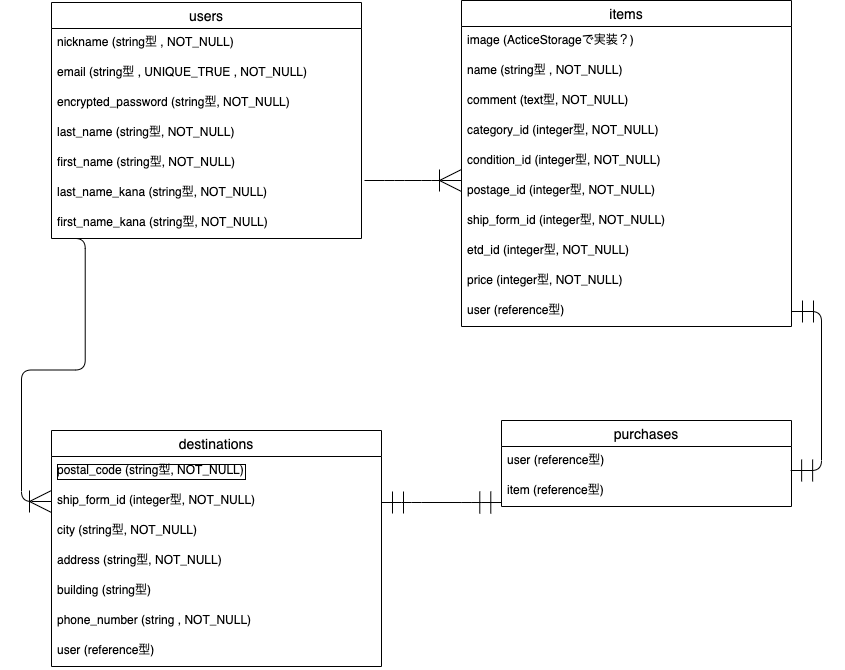
Above: config/furima-34845【ER図】.png in tn-0214/furima-34845 (draw.io), before the change. Source tidied: cells renumbered, new cells last; positions are measured from the earlier drawing's top-left corner, leaving out a move shared by most shapes.
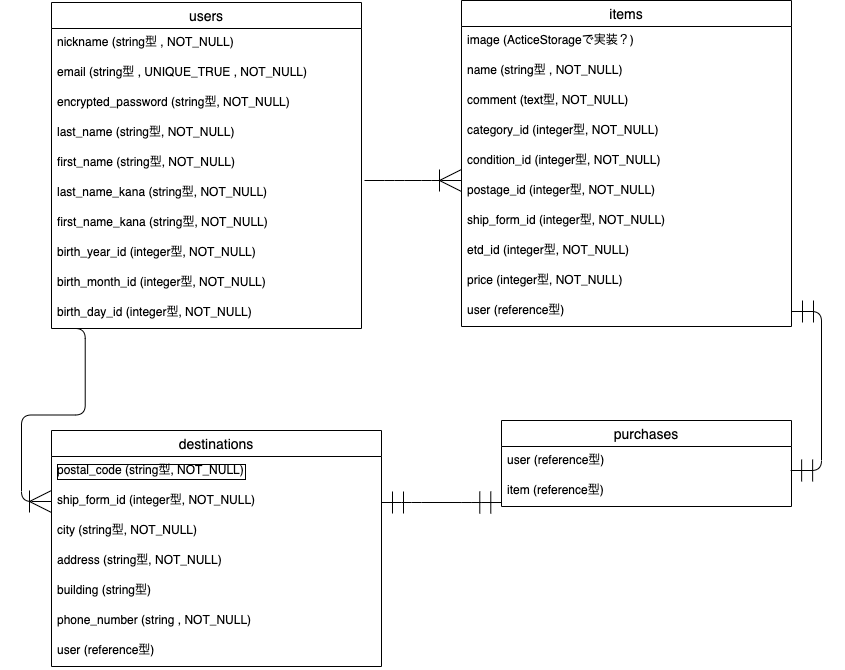
The same diagram one commit later.

What changed in the source:
```diff
@@ -3,7 +3,7 @@
     <mxCell id="0" />
     <mxCell id="1" parent="0" />
     <mxCell id="2" value="users" style="swimlane;fontStyle=0;horizontal=1;startSize=26;align=center;fontSize=14;" parent="1" vertex="1">
-      <mxGeometry y="2" width="310" height="236" as="geometry" />
+      <mxGeometry y="2" width="310" height="326" as="geometry" />
     </mxCell>
     <mxCell id="3" value="nickname (string型 , NOT_NULL)" style="text;strokeColor=none;fillColor=none;spacingLeft=4;spacingRight=4;overflow=hidden;fontSize=12;" parent="2" vertex="1">
       <mxGeometry y="26" width="310" height="30" as="geometry" />
@@ -23,8 +23,17 @@
     <mxCell id="8" value="last_name_kana (string型, NOT_NULL)" style="text;strokeColor=none;fillColor=none;spacingLeft=4;spacingRight=4;overflow=hidden;fontSize=12;" parent="2" vertex="1">
       <mxGeometry y="176" width="310" height="30" as="geometry" />
     </mxCell>
+    <mxCell id="36" value="first_name_kana (string型, NOT_NULL)" style="text;strokeColor=none;fillColor=none;spacingLeft=4;spacingRight=4;overflow=hidden;fontSize=12;" parent="2" vertex="1">
+      <mxGeometry y="206" width="310" height="30" as="geometry" />
+    </mxCell>
+    <mxCell id="37" value="birth_year_id (integer型, NOT_NULL)" style="text;strokeColor=none;fillColor=none;spacingLeft=4;spacingRight=4;overflow=hidden;fontSize=12;" parent="2" vertex="1">
+      <mxGeometry y="236" width="310" height="30" as="geometry" />
+    </mxCell>
+    <mxCell id="38" value="birth_month_id (integer型, NOT_NULL)" style="text;strokeColor=none;fillColor=none;spacingLeft=4;spacingRight=4;overflow=hidden;fontSize=12;" parent="2" vertex="1">
+      <mxGeometry y="266" width="310" height="30" as="geometry" />
+    </mxCell>
-    <mxCell id="9" value="first_name_kana (string型, NOT_NULL)" style="text;strokeColor=none;fillColor=none;spacingLeft=4;spacingRight=4;overflow=hidden;points=[[0,0.5],[1,0.5]];portConstraint=eastwest;fontSize=12;" parent="2" vertex="1">
-      <mxGeometry y="206" width="310" height="30" as="geometry" />
+    <mxCell id="9" value="birth_day_id (integer型, NOT_NULL)" style="text;strokeColor=none;fillColor=none;spacingLeft=4;spacingRight=4;overflow=hidden;points=[[0,0.5],[1,0.5]];portConstraint=eastwest;fontSize=12;" parent="2" vertex="1">
+      <mxGeometry y="296" width="310" height="30" as="geometry" />
     </mxCell>
     <mxCell id="10" value="items" style="swimlane;fontStyle=0;horizontal=1;startSize=26;align=center;fontSize=14;" parent="1" vertex="1">
       <mxGeometry x="410" width="330" height="326" as="geometry" />
```
